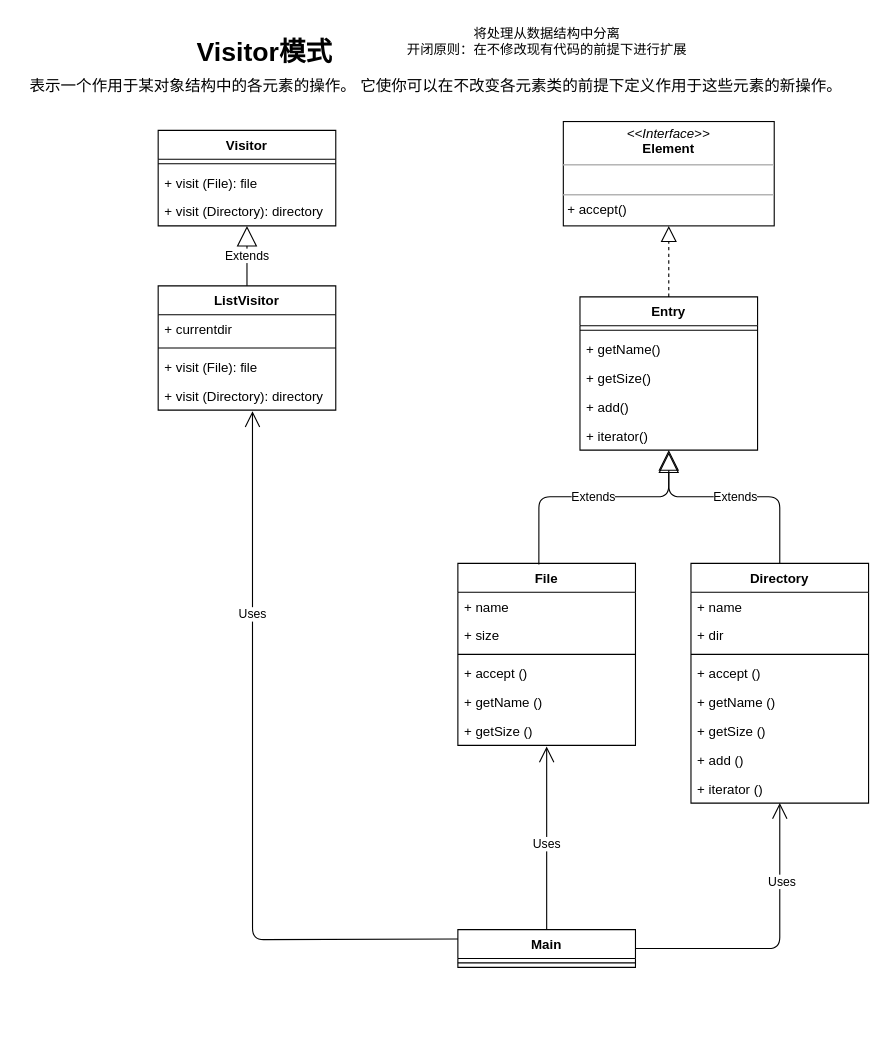
mozhou-tech/java-in-depth keeps this draw.io diagram as patterns/src/main/java/com/tenstone/leet/patterns/action/visitor/visitor.drawio. Above is the earlier version. Source tidied: cells renumbered, new cells numbered last; positions are measured from the earlier drawing's top-left corner, leaving out a move shared by most shapes. Both pictures are drawn from the tidied source at 111%, with x=0, y=0 at pixel (19, 24).
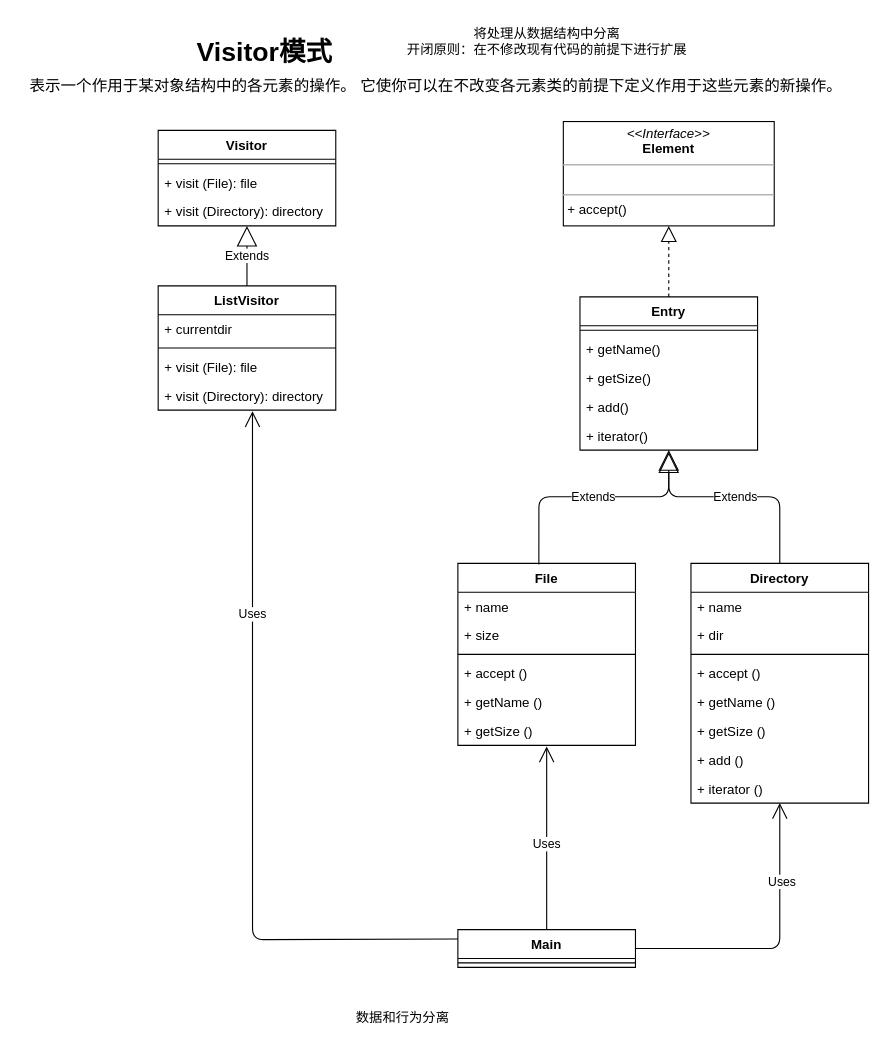
The same page after the edit.

Change to the diagram source:
```diff
@@
+    <mxCell id="49" value="数据和行为分离" style="text;html=1;align=center;verticalAlign=middle;strokeColor=none;" parent="1" vertex="1">
+      <mxGeometry x="295" y="885" width="100" height="20" as="geometry" />
+    </mxCell>
```
